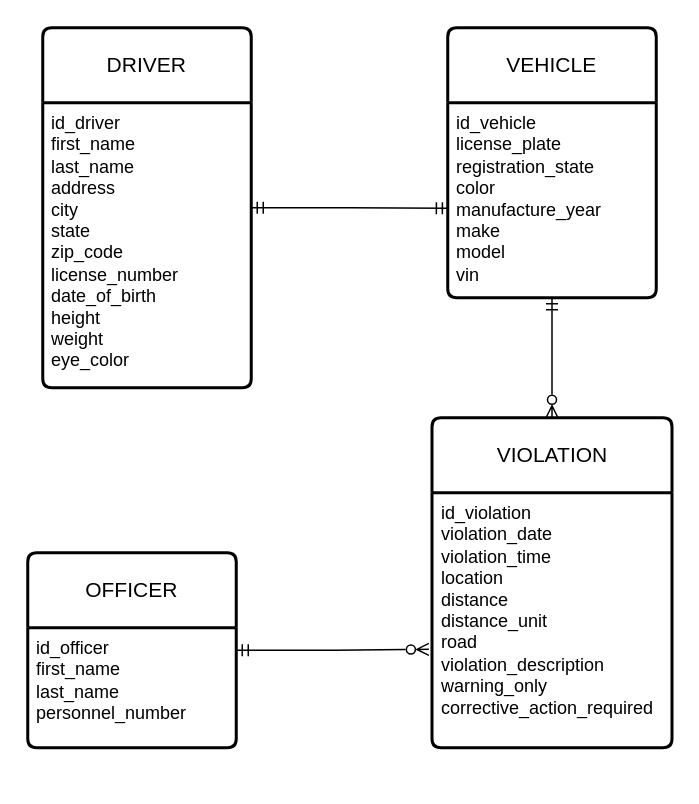
The draw.io diagram page "06-sancion" (6 of 7) of diagrams/ejercicios-01.drawio in observadoro/mer, before the edit. Source tidied: cells renumbered, new cells numbered last; positions are measured from the earlier drawing's top-left corner, leaving out a move shared by most shapes. Both pictures are drawn from the tidied source at 150%, with x=0, y=0 at pixel (27, 27).
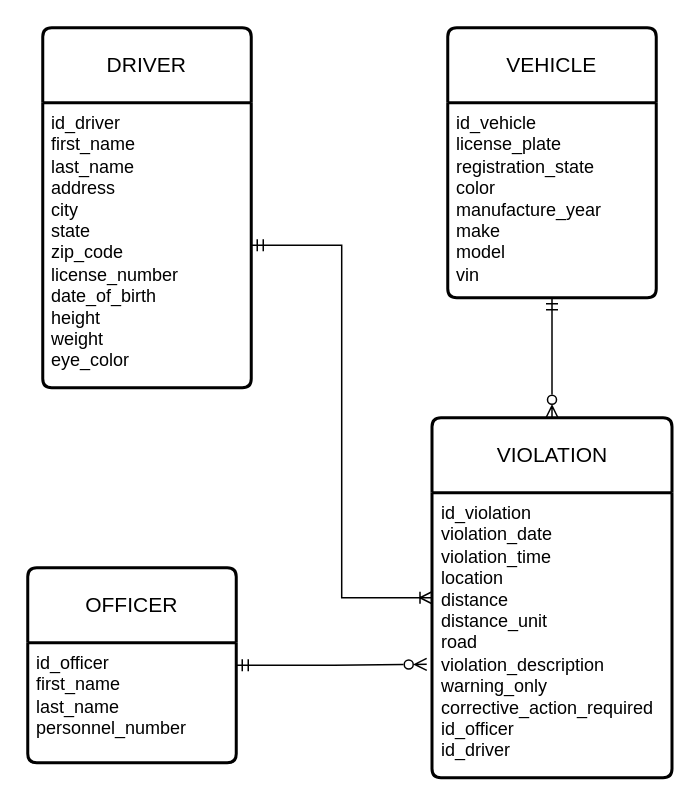
The same page after the edit.

What changed in the source:
```diff
@@
 <mxGraphModel>
   <root>
     <mxCell id="0" />
     <mxCell id="1" parent="0" />
-    <mxCell id="2" style="edgeStyle=orthogonalEdgeStyle;rounded=0;jettySize=auto;html=1;entryX=0.003;entryY=0.541;entryDx=0;entryDy=0;endArrow=ERmandOne;endFill=0;startArrow=ERmandOne;startFill=0;entryPerimeter=0;" parent="1" edge="1" source="3" target="6">
-      <mxGeometry relative="1" as="geometry" />
-    </mxCell>
     <mxCell id="3" value="DRIVER" style="swimlane;horizontal=1;startSize=50;rounded=1;fontSize=14;fontStyle=0;strokeWidth=2;shadow=0;dashed=0;align=center;arcSize=4;whiteSpace=wrap;html=1;" parent="1" vertex="1">
       <mxGeometry x="10" width="139" height="240" as="geometry" />
     </mxCell>
     <mxCell id="4" value="&lt;div&gt;id_driver&lt;/div&gt;&lt;div&gt;first_name&lt;/div&gt;&lt;div&gt;last_name&lt;/div&gt;&lt;div&gt;address&lt;/div&gt;&lt;div&gt;city&lt;/div&gt;&lt;div&gt;state&lt;/div&gt;&lt;div&gt;zip_code&lt;/div&gt;&lt;div&gt;license_number&lt;/div&gt;&lt;div&gt;date_of_birth&lt;/div&gt;&lt;div&gt;height&lt;/div&gt;&lt;div&gt;weight&lt;/div&gt;&lt;div&gt;eye_color&lt;/div&gt;" style="align=left;strokeColor=none;fillColor=none;spacingLeft=4;spacingRight=4;fontSize=12;verticalAlign=top;html=1;whiteSpace=wrap;" parent="3" vertex="1">
       <mxGeometry y="50" width="139" height="190" as="geometry" />
     </mxCell>
     <mxCell id="5" value="VEHICLE" style="swimlane;horizontal=1;startSize=50;rounded=1;fontSize=14;fontStyle=0;strokeWidth=2;shadow=0;dashed=0;align=center;arcSize=4;whiteSpace=wrap;html=1;" parent="1" vertex="1">
       <mxGeometry x="280" width="139" height="180" as="geometry" />
     </mxCell>
     <mxCell id="6" value="&lt;div&gt;id_vehicle&lt;/div&gt;&lt;div&gt;license_plate&lt;/div&gt;&lt;div&gt;registration_state&lt;/div&gt;&lt;div&gt;color&lt;/div&gt;&lt;div&gt;manufacture_year&lt;/div&gt;&lt;div&gt;make&lt;/div&gt;&lt;div&gt;model&lt;/div&gt;&lt;div&gt;vin&lt;/div&gt;" style="align=left;strokeColor=none;fillColor=none;spacingLeft=4;spacingRight=4;fontSize=12;verticalAlign=top;html=1;whiteSpace=wrap;" parent="5" vertex="1">
       <mxGeometry y="50" width="139" height="130" as="geometry" />
     </mxCell>
     <mxCell id="7" value="OFFICER" style="swimlane;horizontal=1;startSize=50;rounded=1;fontSize=14;fontStyle=0;strokeWidth=2;shadow=0;dashed=0;align=center;arcSize=4;whiteSpace=wrap;html=1;" parent="1" vertex="1">
-      <mxGeometry y="350" width="139" height="130" as="geometry" />
+      <mxGeometry y="360" width="139" height="130" as="geometry" />
     </mxCell>
     <mxCell id="8" value="&lt;div&gt;id_officer&lt;/div&gt;&lt;div&gt;first_name&lt;/div&gt;&lt;div&gt;last_name&lt;/div&gt;&lt;div&gt;personnel_number&lt;/div&gt;" style="align=left;strokeColor=none;fillColor=none;spacingLeft=4;spacingRight=4;fontSize=12;verticalAlign=top;html=1;whiteSpace=wrap;" parent="7" vertex="1">
       <mxGeometry y="50" width="139" height="80" as="geometry" />
     </mxCell>
     <mxCell id="9" value="VIOLATION" style="swimlane;horizontal=1;startSize=50;rounded=1;fontSize=14;fontStyle=0;strokeWidth=2;shadow=0;dashed=0;align=center;arcSize=4;whiteSpace=wrap;html=1;" parent="1" vertex="1">
-      <mxGeometry x="269.5" y="260" width="160" height="220" as="geometry" />
+      <mxGeometry x="269.5" y="260" width="160" height="240" as="geometry" />
     </mxCell>
-    <mxCell id="10" value="&lt;div&gt;id_violation&lt;/div&gt;&lt;div&gt;violation_date&lt;/div&gt;&lt;div&gt;violation_time&lt;/div&gt;&lt;div&gt;location&lt;/div&gt;&lt;div&gt;distance&lt;/div&gt;&lt;div&gt;distance_unit&lt;/div&gt;&lt;div&gt;road&lt;/div&gt;&lt;div&gt;violation_description&lt;/div&gt;&lt;div&gt;warning_only&lt;/div&gt;&lt;div&gt;corrective_action_required&lt;/div&gt;" style="align=left;strokeColor=none;fillColor=none;spacingLeft=4;spacingRight=4;fontSize=12;verticalAlign=top;html=1;whiteSpace=wrap;" parent="9" vertex="1">
-      <mxGeometry y="50" width="160" height="170" as="geometry" />
+    <mxCell id="10" value="&lt;div&gt;id_violation&lt;/div&gt;&lt;div&gt;violation_date&lt;/div&gt;&lt;div&gt;violation_time&lt;/div&gt;&lt;div&gt;location&lt;/div&gt;&lt;div&gt;distance&lt;/div&gt;&lt;div&gt;distance_unit&lt;/div&gt;&lt;div&gt;road&lt;/div&gt;&lt;div&gt;violation_description&lt;/div&gt;&lt;div&gt;warning_only&lt;/div&gt;&lt;div&gt;corrective_action_required&lt;/div&gt;&lt;div&gt;id_officer&lt;/div&gt;&lt;div&gt;id_driver&lt;/div&gt;" style="align=left;strokeColor=none;fillColor=none;spacingLeft=4;spacingRight=4;fontSize=12;verticalAlign=top;html=1;whiteSpace=wrap;" parent="9" vertex="1">
+      <mxGeometry y="50" width="160" height="190" as="geometry" />
     </mxCell>
-    <mxCell id="11" style="edgeStyle=orthogonalEdgeStyle;rounded=0;jettySize=auto;html=1;entryX=-0.013;entryY=0.614;entryDx=0;entryDy=0;entryPerimeter=0;startArrow=ERmandOne;startFill=0;endArrow=ERzeroToMany;endFill=0;" parent="1" edge="1" source="7" target="10">
-      <mxGeometry x="-0.01" relative="1" as="geometry" />
+    <mxCell id="11" style="edgeStyle=orthogonalEdgeStyle;rounded=0;jettySize=auto;html=1;entryX=-0.022;entryY=0.602;entryDx=0;entryDy=0;entryPerimeter=0;startArrow=ERmandOne;startFill=0;endArrow=ERzeroToMany;endFill=0;" parent="1" edge="1" source="7" target="10">
+      <mxGeometry x="0.03" relative="1" as="geometry" />
     </mxCell>
     <mxCell id="12" style="edgeStyle=orthogonalEdgeStyle;rounded=0;jettySize=auto;html=1;entryX=0.5;entryY=0;entryDx=0;entryDy=0;endArrow=ERzeroToMany;endFill=0;startArrow=ERmandOne;startFill=0;" parent="1" edge="1" source="6" target="9">
       <mxGeometry relative="1" as="geometry" />
     </mxCell>
+    <mxCell id="13" style="edgeStyle=orthogonalEdgeStyle;rounded=0;jettySize=auto;html=1;entryX=0;entryY=0.5;entryDx=0;entryDy=0;endArrow=ERoneToMany;endFill=0;startArrow=ERmandOne;startFill=0;" parent="1" edge="1" source="4" target="9">
+      <mxGeometry relative="1" as="geometry" />
+    </mxCell>
   </root>
 </mxGraphModel>
```
